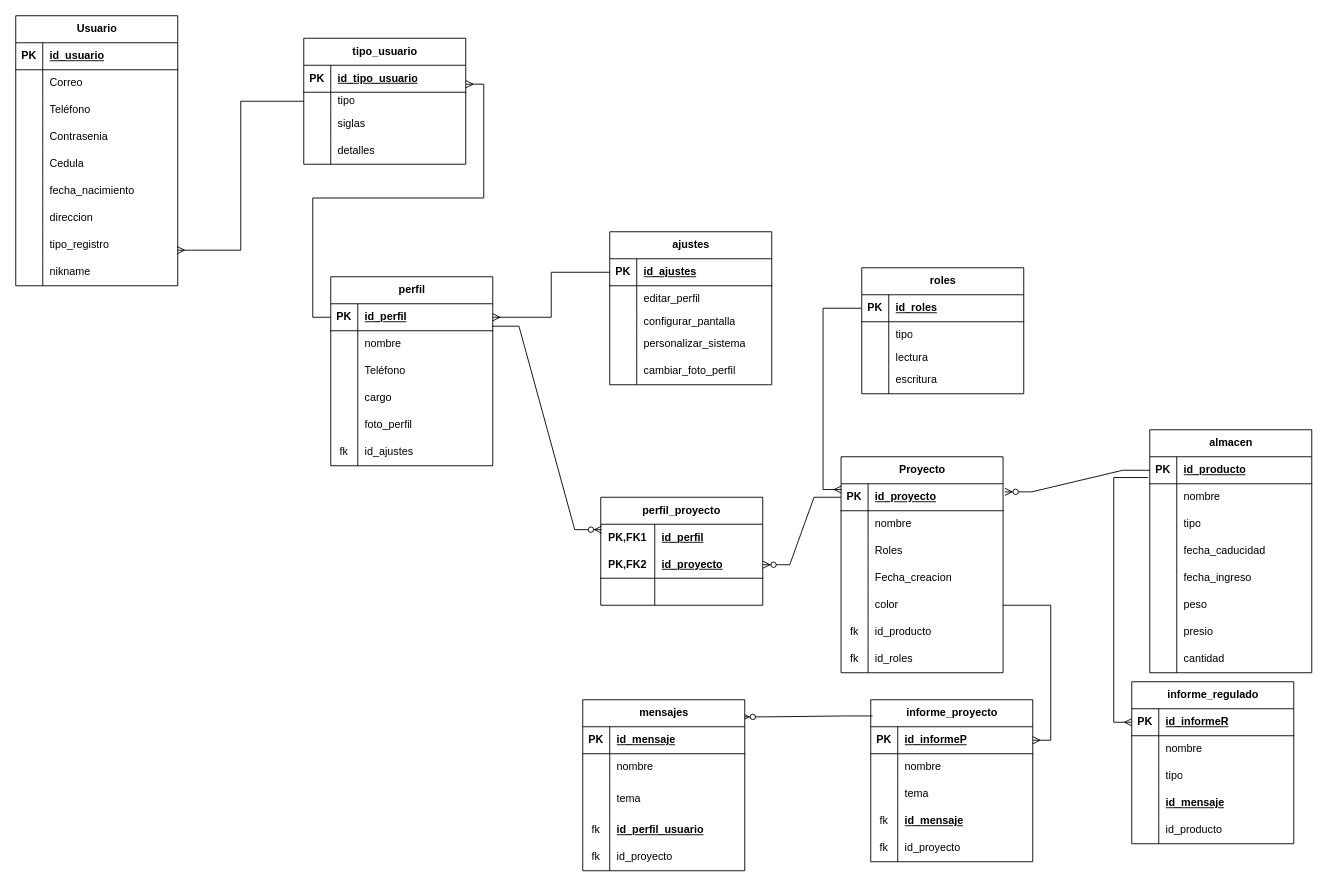
Above: Diagrama sin título.drawio in jhoann2007/Proyecto-Formativo (draw.io), before the change. Source tidied: cells renumbered, new cells numbered last; positions are measured from the earlier drawing's top-left corner, leaving out a move shared by most shapes. Both pictures are drawn from the tidied source at 90%, with x=0, y=0 at pixel (15, 15).
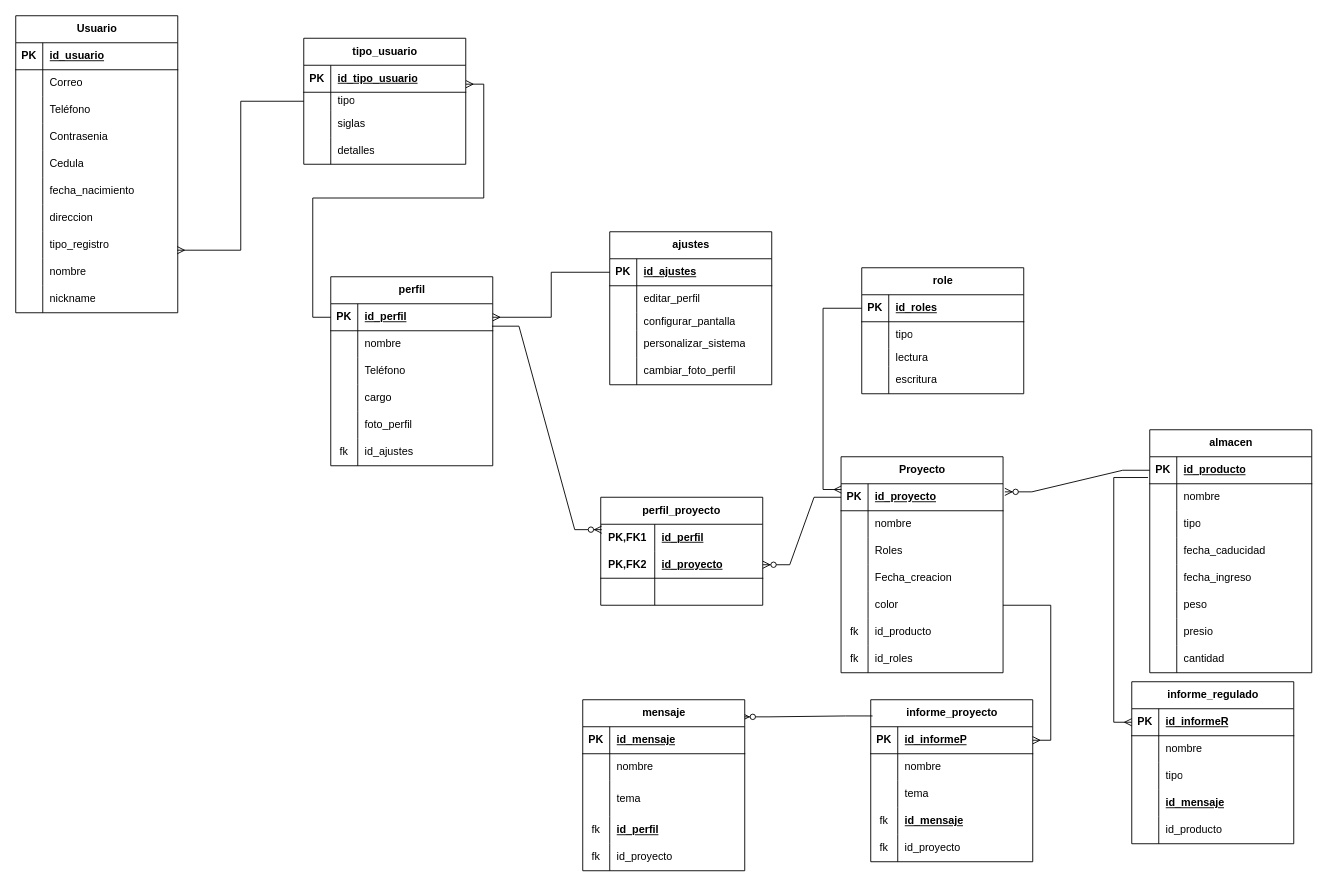
The same page after the edit.

Unchanged cells that the change refers to:
```xml
<mxCell id="27" style="shape=tableRow;horizontal=0;startSize=0;swimlaneHead=0;swimlaneBody=0;fillColor=none;top=0;left=0;right=0;bottom=0;" parent="2" vertex="1">
  <mxGeometry y="270" width="180" height="30" as="geometry" />
</mxCell>
<mxCell id="122" style="shape=tableRow;horizontal=0;startSize=0;swimlaneHead=0;swimlaneBody=0;fillColor=none;top=0;left=0;right=0;bottom=0;" parent="112" vertex="1">
  <mxGeometry y="130" width="180" height="30" as="geometry" />
</mxCell>
```

What changed in the source:
```diff
@@
     <mxCell id="2" value="Usuario" style="shape=table;startSize=30;childLayout=tableLayout;rowLines=0;fontStyle=1;align=center;html=1;" parent="1" vertex="1">
-      <mxGeometry width="180" height="300" as="geometry" />
+      <mxGeometry width="180" height="330" as="geometry" />
     </mxCell>
@@
-    <mxCell id="29" value="nikname" style="shape=partialRectangle;fillColor=none;top=0;left=0;bottom=0;right=0;align=left;spacingLeft=6;overflow=hidden;whiteSpace=wrap;html=1;" parent="27" vertex="1">
+    <mxCell id="29" value="nombre" style="shape=partialRectangle;fillColor=none;top=0;left=0;bottom=0;right=0;align=left;spacingLeft=6;overflow=hidden;whiteSpace=wrap;html=1;" parent="27" vertex="1">
       <mxGeometry x="30" width="150" height="30" as="geometry" />
     </mxCell>
+    <mxCell id="206" style="shape=tableRow;horizontal=0;startSize=0;swimlaneHead=0;swimlaneBody=0;fillColor=none;top=0;left=0;right=0;bottom=0;" parent="2" vertex="1">
+      <mxGeometry y="300" width="180" height="30" as="geometry" />
+    </mxCell>
+    <mxCell id="207" style="shape=partialRectangle;fillColor=none;top=0;left=0;bottom=0;right=0;overflow=hidden;whiteSpace=wrap;html=1;" parent="206" vertex="1">
+      <mxGeometry width="30" height="30" as="geometry" />
+    </mxCell>
+    <mxCell id="208" value="nickname" style="shape=partialRectangle;fillColor=none;top=0;left=0;bottom=0;right=0;align=left;spacingLeft=6;overflow=hidden;whiteSpace=wrap;html=1;" parent="206" vertex="1">
+      <mxGeometry x="30" width="150" height="30" as="geometry" />
+    </mxCell>
@@
-    <mxCell id="112" value="mensajes" style="shape=table;startSize=30;childLayout=tableLayout;rowLines=0;fontStyle=1;align=center;html=1;" parent="1" vertex="1">
+    <mxCell id="112" value="mensaje" style="shape=table;startSize=30;childLayout=tableLayout;rowLines=0;fontStyle=1;align=center;html=1;" parent="1" vertex="1">
       <mxGeometry x="630" y="760" width="180" height="190" as="geometry" />
     </mxCell>
@@
-    <mxCell id="124" value="&lt;b&gt;&lt;u&gt;id_perfil_usuario&lt;/u&gt;&lt;/b&gt;" style="shape=partialRectangle;fillColor=none;top=0;left=0;bottom=0;right=0;align=left;spacingLeft=6;overflow=hidden;whiteSpace=wrap;html=1;" parent="122" vertex="1">
+    <mxCell id="124" value="&lt;b&gt;&lt;u&gt;id_perfil&lt;/u&gt;&lt;/b&gt;" style="shape=partialRectangle;fillColor=none;top=0;left=0;bottom=0;right=0;align=left;spacingLeft=6;overflow=hidden;whiteSpace=wrap;html=1;" parent="122" vertex="1">
       <mxGeometry x="30" width="150" height="30" as="geometry" />
     </mxCell>
@@
-    <mxCell id="192" value="roles" style="shape=table;startSize=30;childLayout=tableLayout;rowLines=0;fontStyle=1;align=center;html=1;" parent="1" vertex="1">
+    <mxCell id="192" value="role" style="shape=table;startSize=30;childLayout=tableLayout;rowLines=0;fontStyle=1;align=center;html=1;" parent="1" vertex="1">
       <mxGeometry x="940" y="280" width="180" height="140" as="geometry" />
     </mxCell>
```
